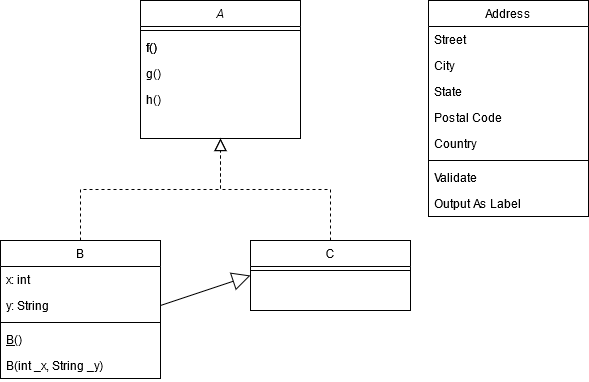
chiefchiefon/OODPE keeps this draw.io diagram as Untitled Diagram.png. Above is the earlier version. Source tidied: cells renumbered, new cells last; positions are measured from the earlier drawing's top-left corner, leaving out a move shared by most shapes.
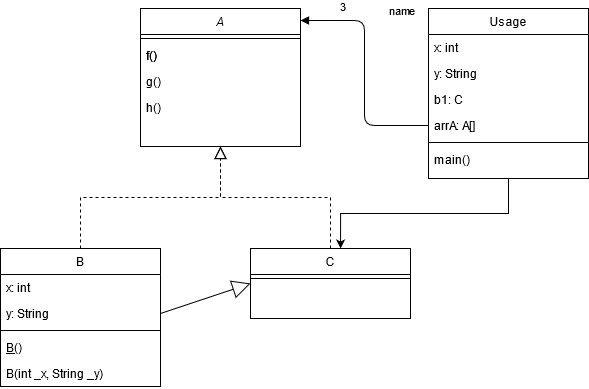
After the change.

What changed in the source:
```diff
@@ -47,32 +47,29 @@
     <mxCell id="16" style="endArrow=block;endSize=10;endFill=0;shadow=0;strokeWidth=1;rounded=0;edgeStyle=elbowEdgeStyle;elbow=vertical;dashed=1;" parent="1" edge="1" source="14" target="2">
       <mxGeometry relative="1" as="geometry" />
     </mxCell>
+    <mxCell id="28" style="edgeStyle=orthogonalEdgeStyle;rounded=0;jettySize=auto;html=1;exitX=0.5;exitY=1;exitDx=0;exitDy=0;entryX=0.563;entryY=0;entryDx=0;entryDy=0;entryPerimeter=0;" parent="1" edge="1" source="17" target="14">
+      <mxGeometry relative="1" as="geometry" />
+    </mxCell>
-    <mxCell id="17" value="Address" style="swimlane;fontStyle=0;align=center;verticalAlign=top;horizontal=1;startSize=26;rounded=0;shadow=0;strokeWidth=1;" parent="1" vertex="1">
-      <mxGeometry x="428" width="160" height="216" as="geometry" />
+    <mxCell id="17" value="Usage" style="swimlane;fontStyle=0;align=center;verticalAlign=top;horizontal=1;startSize=26;rounded=0;shadow=0;strokeWidth=1;" parent="1" vertex="1">
+      <mxGeometry x="428" width="160" height="170" as="geometry" />
     </mxCell>
-    <mxCell id="18" value="Street" style="text;align=left;verticalAlign=top;spacingLeft=4;spacingRight=4;overflow=hidden;" parent="17" vertex="1">
+    <mxCell id="18" value="x: int" style="text;align=left;verticalAlign=top;spacingLeft=4;spacingRight=4;overflow=hidden;" parent="17" vertex="1">
       <mxGeometry y="26" width="160" height="26" as="geometry" />
     </mxCell>
-    <mxCell id="19" value="City" style="text;align=left;verticalAlign=top;spacingLeft=4;spacingRight=4;overflow=hidden;rounded=0;shadow=0;html=0;" parent="17" vertex="1">
+    <mxCell id="19" value="y: String" style="text;align=left;verticalAlign=top;spacingLeft=4;spacingRight=4;overflow=hidden;rounded=0;shadow=0;html=0;" parent="17" vertex="1">
       <mxGeometry y="52" width="160" height="26" as="geometry" />
     </mxCell>
-    <mxCell id="20" value="State" style="text;align=left;verticalAlign=top;spacingLeft=4;spacingRight=4;overflow=hidden;rounded=0;shadow=0;html=0;" parent="17" vertex="1">
+    <mxCell id="20" value="b1: C" style="text;align=left;verticalAlign=top;spacingLeft=4;spacingRight=4;overflow=hidden;rounded=0;shadow=0;html=0;" parent="17" vertex="1">
       <mxGeometry y="78" width="160" height="26" as="geometry" />
     </mxCell>
-    <mxCell id="21" value="Postal Code" style="text;align=left;verticalAlign=top;spacingLeft=4;spacingRight=4;overflow=hidden;points=[[0,0.5],[1,0.5]];portConstraint=eastwest;rounded=0;shadow=0;html=0;" parent="17" vertex="1">
+    <mxCell id="21" value="arrA: A[]" style="text;align=left;verticalAlign=top;spacingLeft=4;spacingRight=4;overflow=hidden;points=[[0,0.5],[1,0.5]];portConstraint=eastwest;rounded=0;shadow=0;html=0;" parent="17" vertex="1">
       <mxGeometry y="104" width="160" height="26" as="geometry" />
     </mxCell>
-    <mxCell id="22" value="Country" style="text;align=left;verticalAlign=top;spacingLeft=4;spacingRight=4;overflow=hidden;rounded=0;shadow=0;html=0;" parent="17" vertex="1">
-      <mxGeometry y="130" width="160" height="26" as="geometry" />
-    </mxCell>
     <mxCell id="23" style="line;html=1;strokeWidth=1;align=left;verticalAlign=middle;spacingTop=-1;spacingLeft=3;spacingRight=3;labelPosition=right;" parent="17" vertex="1">
-      <mxGeometry y="156" width="160" height="8" as="geometry" />
+      <mxGeometry y="130" width="160" height="8" as="geometry" />
     </mxCell>
-    <mxCell id="24" value="Validate" style="text;align=left;verticalAlign=top;spacingLeft=4;spacingRight=4;overflow=hidden;" parent="17" vertex="1">
-      <mxGeometry y="164" width="160" height="26" as="geometry" />
-    </mxCell>
-    <mxCell id="25" value="Output As Label" style="text;align=left;verticalAlign=top;spacingLeft=4;spacingRight=4;overflow=hidden;" parent="17" vertex="1">
-      <mxGeometry y="190" width="160" height="26" as="geometry" />
+    <mxCell id="25" value="main()" style="text;align=left;verticalAlign=top;spacingLeft=4;spacingRight=4;overflow=hidden;" parent="17" vertex="1">
+      <mxGeometry y="138" width="160" height="26" as="geometry" />
     </mxCell>
     <mxCell id="26" value="f()" style="text;align=left;verticalAlign=top;spacingLeft=4;spacingRight=4;overflow=hidden;" parent="1" vertex="1">
       <mxGeometry x="140" y="34" width="160" height="26" as="geometry" />
@@ -80,5 +77,15 @@
     <mxCell id="27" style="endArrow=block;endSize=16;endFill=0;html=1;exitX=1;exitY=0.5;exitDx=0;exitDy=0;entryX=0;entryY=0.5;entryDx=0;entryDy=0;" parent="1" edge="1" source="9" target="14">
       <mxGeometry relative="1" as="geometry" />
     </mxCell>
+    <mxCell id="29" value="name" style="endArrow=block;endFill=1;html=1;edgeStyle=orthogonalEdgeStyle;align=left;verticalAlign=top;entryX=1;entryY=0.087;entryDx=0;entryDy=0;entryPerimeter=0;exitX=0;exitY=0.5;exitDx=0;exitDy=0;" parent="1" edge="1" source="21" target="2">
+      <mxGeometry x="0.47" y="-34" relative="1" as="geometry">
+        <mxPoint x="25" y="11" as="offset" />
+      </mxGeometry>
+    </mxCell>
+    <mxCell id="30" value="3" style="edgeLabel;html=1;align=left;verticalAlign=bottom;" parent="29" vertex="1">
+      <mxGeometry x="-1" relative="1" as="geometry">
+        <mxPoint x="-90" y="-110" as="offset" />
+      </mxGeometry>
+    </mxCell>
   </root>
 </mxGraphModel>
```
